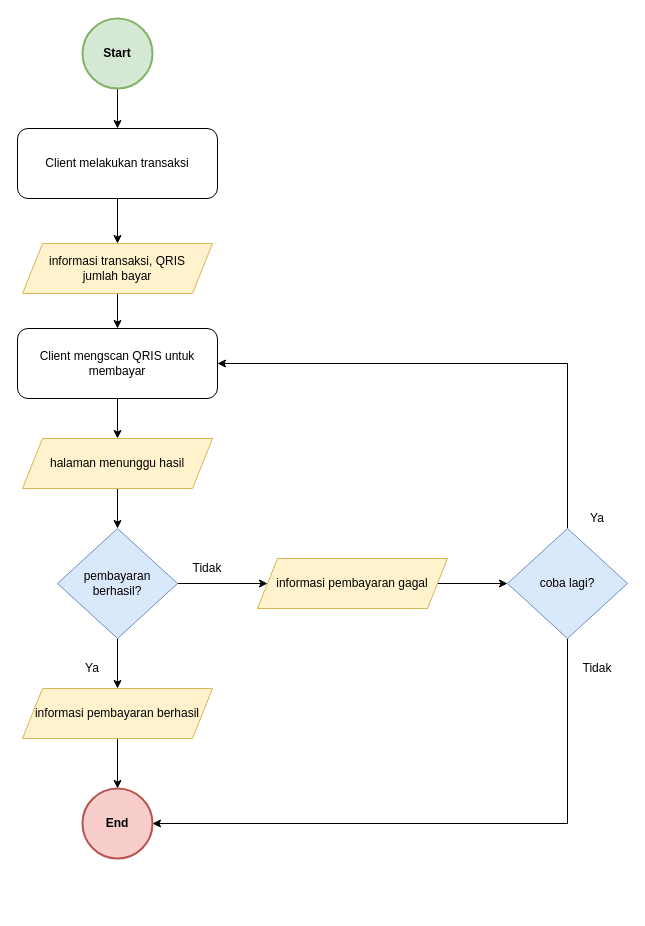
SynergyStudioBandung/synergy_studio_docs keeps this draw.io diagram as diagrams/user_flow/client_melakukan_pembayaran_latihan.drawio. Above is the earlier version. Source tidied: cells renumbered, new cells numbered last; positions are measured from the earlier drawing's top-left corner, leaving out a move shared by most shapes. Both pictures are drawn from the tidied source at 100%, with x=0, y=0 at pixel (17, 18).
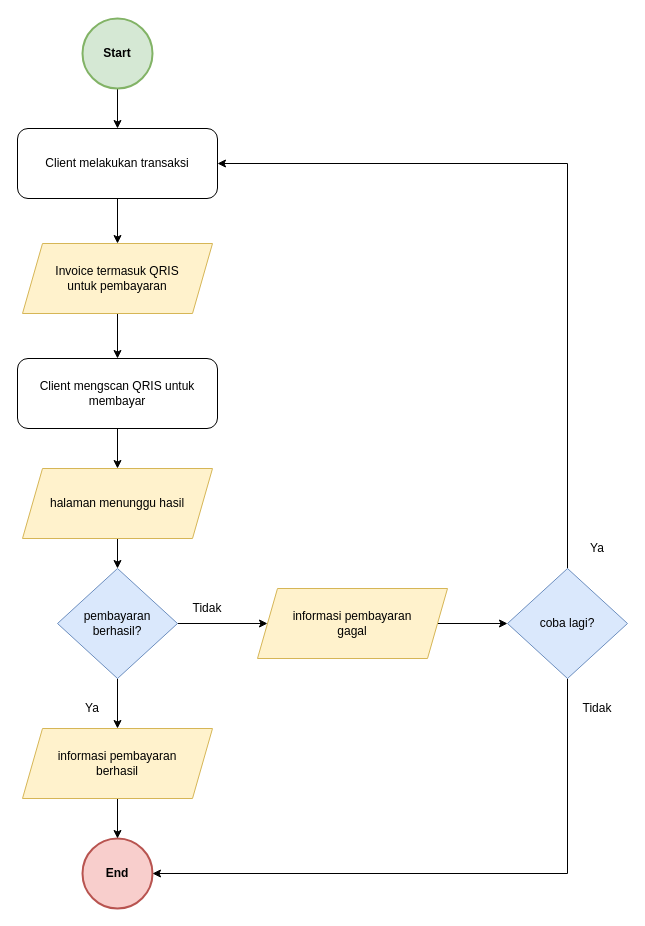
The same page after the edit.

The change refers to these unchanged cells:
```xml
<mxCell id="9" value="Client melakukan transaksi" style="rounded=1;whiteSpace=wrap;html=1;fontSize=12;glass=0;strokeWidth=1;shadow=0;" parent="1" vertex="1">
  <mxGeometry y="110" width="200" height="70" as="geometry" />
</mxCell>
```

The edit, as a diff of the source:
```diff
@@
     <mxCell id="2" value="End" style="ellipse;whiteSpace=wrap;html=1;fillColor=#f8cecc;strokeColor=#b85450;fontStyle=1;strokeWidth=2;" parent="1" vertex="1">
-      <mxGeometry x="65" y="770" width="70" height="70" as="geometry" />
+      <mxGeometry x="65" y="820" width="70" height="70" as="geometry" />
     </mxCell>
@@
     <mxCell id="5" style="edgeStyle=orthogonalEdgeStyle;rounded=0;jettySize=auto;html=1;entryX=1;entryY=0.5;entryDx=0;entryDy=0;" parent="1" edge="1" source="7" target="2">
       <mxGeometry relative="1" as="geometry">
         <Array as="points">
-          <mxPoint x="550" y="805" />
+          <mxPoint x="550" y="855" />
         </Array>
       </mxGeometry>
     </mxCell>
-    <mxCell id="6" style="edgeStyle=orthogonalEdgeStyle;rounded=0;jettySize=auto;html=1;entryX=1;entryY=0.5;entryDx=0;entryDy=0;" parent="1" edge="1" source="7" target="19">
-      <mxGeometry relative="1" as="geometry">
-        <Array as="points">
-          <mxPoint x="550" y="345" />
-        </Array>
-      </mxGeometry>
-    </mxCell>
+    <mxCell id="27" style="edgeStyle=orthogonalEdgeStyle;rounded=0;jettySize=auto;html=1;entryX=1;entryY=0.5;entryDx=0;entryDy=0;" parent="1" edge="1" source="7" target="9">
+      <mxGeometry relative="1" as="geometry">
+        <Array as="points">
+          <mxPoint x="550" y="145" />
+        </Array>
+      </mxGeometry>
+    </mxCell>
     <mxCell id="7" value="coba lagi?" style="rhombus;whiteSpace=wrap;html=1;strokeWidth=1;fillColor=#dae8fc;strokeColor=#6c8ebf;" parent="1" vertex="1">
-      <mxGeometry x="490" y="510" width="120" height="110" as="geometry" />
+      <mxGeometry x="490" y="550" width="120" height="110" as="geometry" />
     </mxCell>
@@
     <mxCell id="10" value="&lt;font color=&quot;#000000&quot;&gt;Tidak&lt;/font&gt;" style="text;html=1;strokeColor=none;fillColor=none;align=center;verticalAlign=middle;whiteSpace=wrap;rounded=0;fontColor=#FFFFFF;" parent="1" vertex="1">
-      <mxGeometry x="570" y="640" width="20" height="20" as="geometry" />
+      <mxGeometry x="570" y="680" width="20" height="20" as="geometry" />
     </mxCell>
@@
-    <mxCell id="12" value="informasi transaksi, QRIS&lt;br&gt;jumlah bayar" style="shape=parallelogram;perimeter=parallelogramPerimeter;whiteSpace=wrap;html=1;fixedSize=1;strokeWidth=1;fillColor=#fff2cc;strokeColor=#d6b656;" parent="1" vertex="1">
-      <mxGeometry x="5" y="225" width="190" height="50" as="geometry" />
+    <mxCell id="12" value="Invoice termasuk QRIS&lt;br&gt;untuk pembayaran" style="shape=parallelogram;perimeter=parallelogramPerimeter;whiteSpace=wrap;html=1;fixedSize=1;strokeWidth=1;fillColor=#fff2cc;strokeColor=#d6b656;" parent="1" vertex="1">
+      <mxGeometry x="5" y="225" width="190" height="70" as="geometry" />
     </mxCell>
@@
     <mxCell id="15" value="pembayaran&lt;br&gt;berhasil?" style="rhombus;whiteSpace=wrap;html=1;strokeWidth=1;fillColor=#dae8fc;strokeColor=#6c8ebf;" parent="1" vertex="1">
-      <mxGeometry x="40" y="510" width="120" height="110" as="geometry" />
+      <mxGeometry x="40" y="550" width="120" height="110" as="geometry" />
     </mxCell>
     <mxCell id="16" value="&lt;font color=&quot;#000000&quot;&gt;Tidak&lt;/font&gt;" style="text;html=1;strokeColor=none;fillColor=none;align=center;verticalAlign=middle;whiteSpace=wrap;rounded=0;fontColor=#FFFFFF;" parent="1" vertex="1">
-      <mxGeometry x="180" y="540" width="20" height="20" as="geometry" />
+      <mxGeometry x="180" y="580" width="20" height="20" as="geometry" />
     </mxCell>
     <mxCell id="17" value="&lt;font color=&quot;#000000&quot;&gt;Ya&lt;/font&gt;" style="text;html=1;strokeColor=none;fillColor=none;align=center;verticalAlign=middle;whiteSpace=wrap;rounded=0;fontColor=#FFFFFF;" parent="1" vertex="1">
-      <mxGeometry x="65" y="640" width="20" height="20" as="geometry" />
+      <mxGeometry x="65" y="680" width="20" height="20" as="geometry" />
     </mxCell>
@@
     <mxCell id="19" value="Client mengscan QRIS untuk&lt;br&gt;membayar" style="rounded=1;whiteSpace=wrap;html=1;fontSize=12;glass=0;strokeWidth=1;shadow=0;" parent="1" vertex="1">
-      <mxGeometry y="310" width="200" height="70" as="geometry" />
+      <mxGeometry y="340" width="200" height="70" as="geometry" />
     </mxCell>
@@
-    <mxCell id="21" value="informasi pembayaran berhasil" style="shape=parallelogram;perimeter=parallelogramPerimeter;whiteSpace=wrap;html=1;fixedSize=1;strokeWidth=1;fillColor=#fff2cc;strokeColor=#d6b656;" parent="1" vertex="1">
-      <mxGeometry x="5" y="670" width="190" height="50" as="geometry" />
+    <mxCell id="21" value="informasi pembayaran&lt;br&gt;berhasil" style="shape=parallelogram;perimeter=parallelogramPerimeter;whiteSpace=wrap;html=1;fixedSize=1;strokeWidth=1;fillColor=#fff2cc;strokeColor=#d6b656;" parent="1" vertex="1">
+      <mxGeometry x="5" y="710" width="190" height="70" as="geometry" />
     </mxCell>
@@
-    <mxCell id="23" value="informasi pembayaran gagal" style="shape=parallelogram;perimeter=parallelogramPerimeter;whiteSpace=wrap;html=1;fixedSize=1;strokeWidth=1;fillColor=#fff2cc;strokeColor=#d6b656;" parent="1" vertex="1">
-      <mxGeometry x="240" y="540" width="190" height="50" as="geometry" />
+    <mxCell id="23" value="informasi pembayaran&lt;br&gt;gagal" style="shape=parallelogram;perimeter=parallelogramPerimeter;whiteSpace=wrap;html=1;fixedSize=1;strokeWidth=1;fillColor=#fff2cc;strokeColor=#d6b656;" parent="1" vertex="1">
+      <mxGeometry x="240" y="570" width="190" height="70" as="geometry" />
     </mxCell>
     <mxCell id="24" value="&lt;font color=&quot;#000000&quot;&gt;Ya&lt;/font&gt;" style="text;html=1;strokeColor=none;fillColor=none;align=center;verticalAlign=middle;whiteSpace=wrap;rounded=0;fontColor=#FFFFFF;" parent="1" vertex="1">
-      <mxGeometry x="570" y="490" width="20" height="20" as="geometry" />
+      <mxGeometry x="570" y="520" width="20" height="20" as="geometry" />
     </mxCell>
@@
     <mxCell id="26" value="halaman menunggu hasil" style="shape=parallelogram;perimeter=parallelogramPerimeter;whiteSpace=wrap;html=1;fixedSize=1;strokeWidth=1;fillColor=#fff2cc;strokeColor=#d6b656;" parent="1" vertex="1">
-      <mxGeometry x="5" y="420" width="190" height="50" as="geometry" />
+      <mxGeometry x="5" y="450" width="190" height="70" as="geometry" />
     </mxCell>
```
